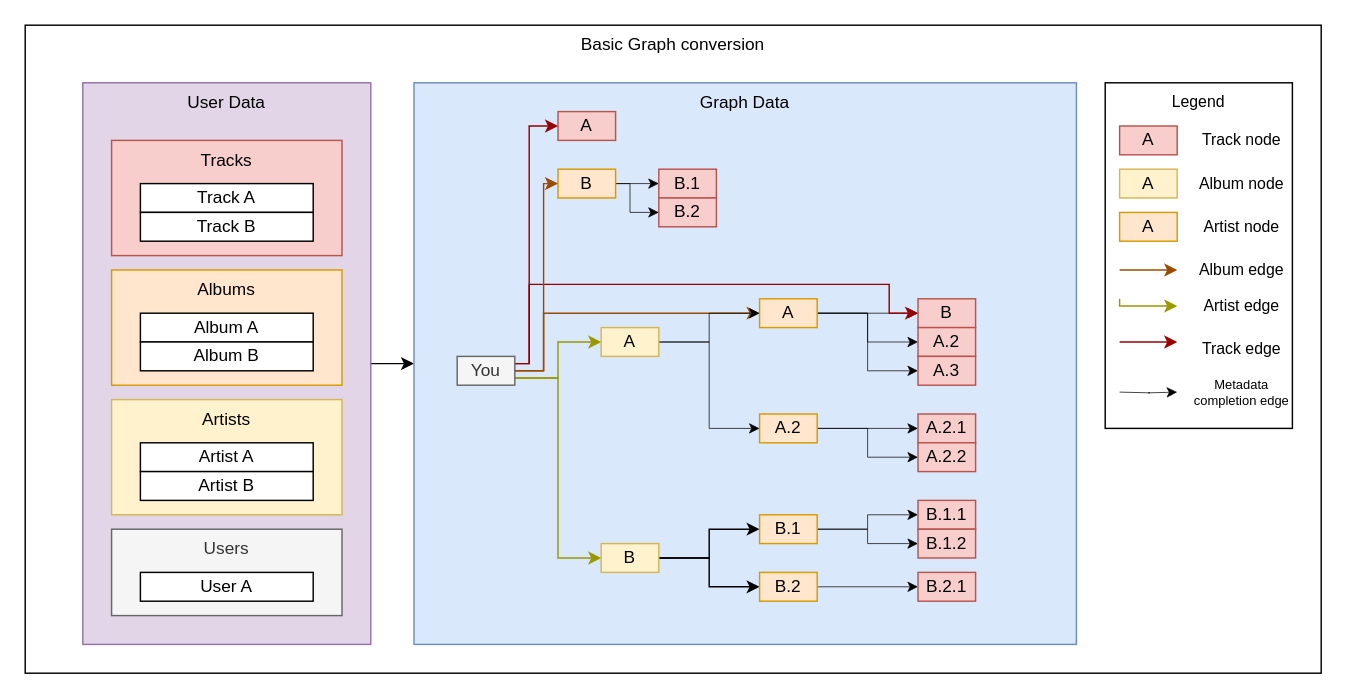
This is docs/general/graph.drawio from hugoperrin/music_graph, a draw.io file, before an edit. Source tidied: cells renumbered, new cells numbered last; positions are measured from the earlier drawing's top-left corner, leaving out a move shared by most shapes. Both pictures are drawn from the tidied source at 144%, with x=0, y=0 at pixel (24, 24).
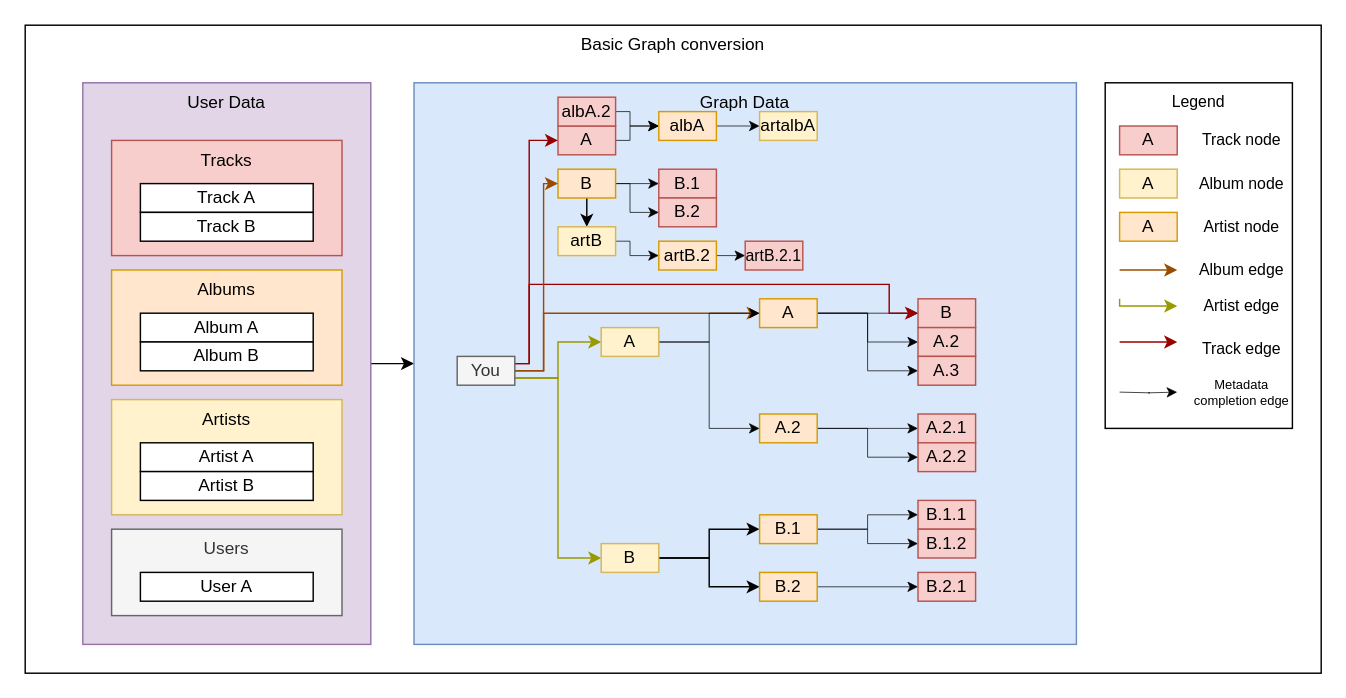
After the change.

Commit message (it also covers changes not shown here):
docs: add documentation for graph creation and added todos for what is left to do for that

Unchanged cells that the change refers to:
```xml
<mxCell id="25" value="B" style="rounded=0;whiteSpace=wrap;html=1;fillColor=#ffe6cc;strokeColor=#d79b00;" parent="1" vertex="1">
  <mxGeometry x="370" y="100" width="40" height="20" as="geometry" />
</mxCell>
<mxCell id="32" value="You" style="rounded=0;whiteSpace=wrap;html=1;fillColor=#f5f5f5;strokeColor=#666666;fontColor=#333333;" parent="1" vertex="1">
  <mxGeometry x="300" y="230" width="40" height="20" as="geometry" />
</mxCell>
```

What changed in the source:
```diff
@@
+    <mxCell id="71" style="edgeStyle=orthogonalEdgeStyle;rounded=0;jettySize=auto;html=1;exitX=1;exitY=0.5;exitDx=0;exitDy=0;entryX=0;entryY=0.5;entryDx=0;entryDy=0;strokeWidth=0.5;" parent="1" edge="1" source="17" target="74">
+      <mxGeometry relative="1" as="geometry">
+        <Array as="points">
+          <mxPoint x="420" y="80" />
+          <mxPoint x="420" y="70" />
+        </Array>
+      </mxGeometry>
+    </mxCell>
     <mxCell id="17" value="A" style="rounded=0;whiteSpace=wrap;html=1;fillColor=#f8cecc;strokeColor=#b85450;" parent="1" vertex="1">
-      <mxGeometry x="370" y="60" width="40" height="20" as="geometry" />
+      <mxGeometry x="370" y="70" width="40" height="20" as="geometry" />
     </mxCell>
@@
+    <mxCell id="72" style="edgeStyle=orthogonalEdgeStyle;rounded=0;jettySize=auto;html=1;exitX=0.5;exitY=1;exitDx=0;exitDy=0;entryX=0.5;entryY=0;entryDx=0;entryDy=0;" parent="1" edge="1" source="25" target="77">
+      <mxGeometry relative="1" as="geometry" />
+    </mxCell>
@@
     <mxCell id="30" style="edgeStyle=orthogonalEdgeStyle;rounded=0;jettySize=auto;html=1;exitX=1;exitY=0.25;exitDx=0;exitDy=0;entryX=0;entryY=0.5;entryDx=0;entryDy=0;strokeColor=#990000;strokeWidth=1;" parent="1" edge="1" source="32" target="17">
       <mxGeometry relative="1" as="geometry">
         <Array as="points">
           <mxPoint x="350" y="235" />
-          <mxPoint x="350" y="70" />
+          <mxPoint x="350" y="80" />
         </Array>
       </mxGeometry>
     </mxCell>
@@
+    <mxCell id="73" style="edgeStyle=orthogonalEdgeStyle;rounded=0;jettySize=auto;html=1;exitX=1;exitY=0.5;exitDx=0;exitDy=0;entryX=0;entryY=0.5;entryDx=0;entryDy=0;strokeWidth=0.5;" parent="1" edge="1" source="74" target="75">
+      <mxGeometry relative="1" as="geometry" />
+    </mxCell>
+    <mxCell id="74" value="albA" style="rounded=0;whiteSpace=wrap;html=1;fillColor=#ffe6cc;strokeColor=#d79b00;" parent="1" vertex="1">
+      <mxGeometry x="440" y="60" width="40" height="20" as="geometry" />
+    </mxCell>
+    <mxCell id="75" value="artalbA" style="rounded=0;whiteSpace=wrap;html=1;fillColor=#fff2cc;strokeColor=#d6b656;" parent="1" vertex="1">
+      <mxGeometry x="510" y="60" width="40" height="20" as="geometry" />
+    </mxCell>
+    <mxCell id="76" style="edgeStyle=orthogonalEdgeStyle;rounded=0;jettySize=auto;html=1;exitX=1;exitY=0.5;exitDx=0;exitDy=0;entryX=0;entryY=0.5;entryDx=0;entryDy=0;strokeWidth=0.5;" parent="1" edge="1" source="77" target="81">
+      <mxGeometry relative="1" as="geometry">
+        <Array as="points">
+          <mxPoint x="420" y="150" />
+          <mxPoint x="420" y="160" />
+        </Array>
+      </mxGeometry>
+    </mxCell>
+    <mxCell id="77" value="artB" style="rounded=0;whiteSpace=wrap;html=1;fillColor=#fff2cc;strokeColor=#d6b656;" parent="1" vertex="1">
+      <mxGeometry x="370" y="140" width="40" height="20" as="geometry" />
+    </mxCell>
+    <mxCell id="78" style="edgeStyle=orthogonalEdgeStyle;rounded=0;jettySize=auto;html=1;exitX=1;exitY=0.5;exitDx=0;exitDy=0;entryX=0;entryY=0.5;entryDx=0;entryDy=0;strokeWidth=0.5;" parent="1" edge="1" source="79" target="74">
+      <mxGeometry relative="1" as="geometry">
+        <Array as="points">
+          <mxPoint x="420" y="60" />
+          <mxPoint x="420" y="70" />
+        </Array>
+      </mxGeometry>
+    </mxCell>
+    <mxCell id="79" value="albA.2" style="rounded=0;whiteSpace=wrap;html=1;fillColor=#f8cecc;strokeColor=#b85450;" parent="1" vertex="1">
+      <mxGeometry x="370" y="50" width="40" height="20" as="geometry" />
+    </mxCell>
+    <mxCell id="80" style="edgeStyle=orthogonalEdgeStyle;rounded=0;jettySize=auto;html=1;exitX=1;exitY=0.5;exitDx=0;exitDy=0;entryX=0;entryY=0.5;entryDx=0;entryDy=0;fontSize=11;strokeWidth=0.5;" parent="1" edge="1" source="81" target="82">
+      <mxGeometry relative="1" as="geometry" />
+    </mxCell>
+    <mxCell id="81" value="artB.2" style="rounded=0;whiteSpace=wrap;html=1;fillColor=#ffe6cc;strokeColor=#d79b00;" parent="1" vertex="1">
+      <mxGeometry x="440" y="150" width="40" height="20" as="geometry" />
+    </mxCell>
+    <mxCell id="82" value="artB.2.1" style="rounded=0;whiteSpace=wrap;html=1;fillColor=#f8cecc;strokeColor=#b85450;fontSize=11;" parent="1" vertex="1">
+      <mxGeometry x="500" y="150" width="40" height="20" as="geometry" />
+    </mxCell>
```
